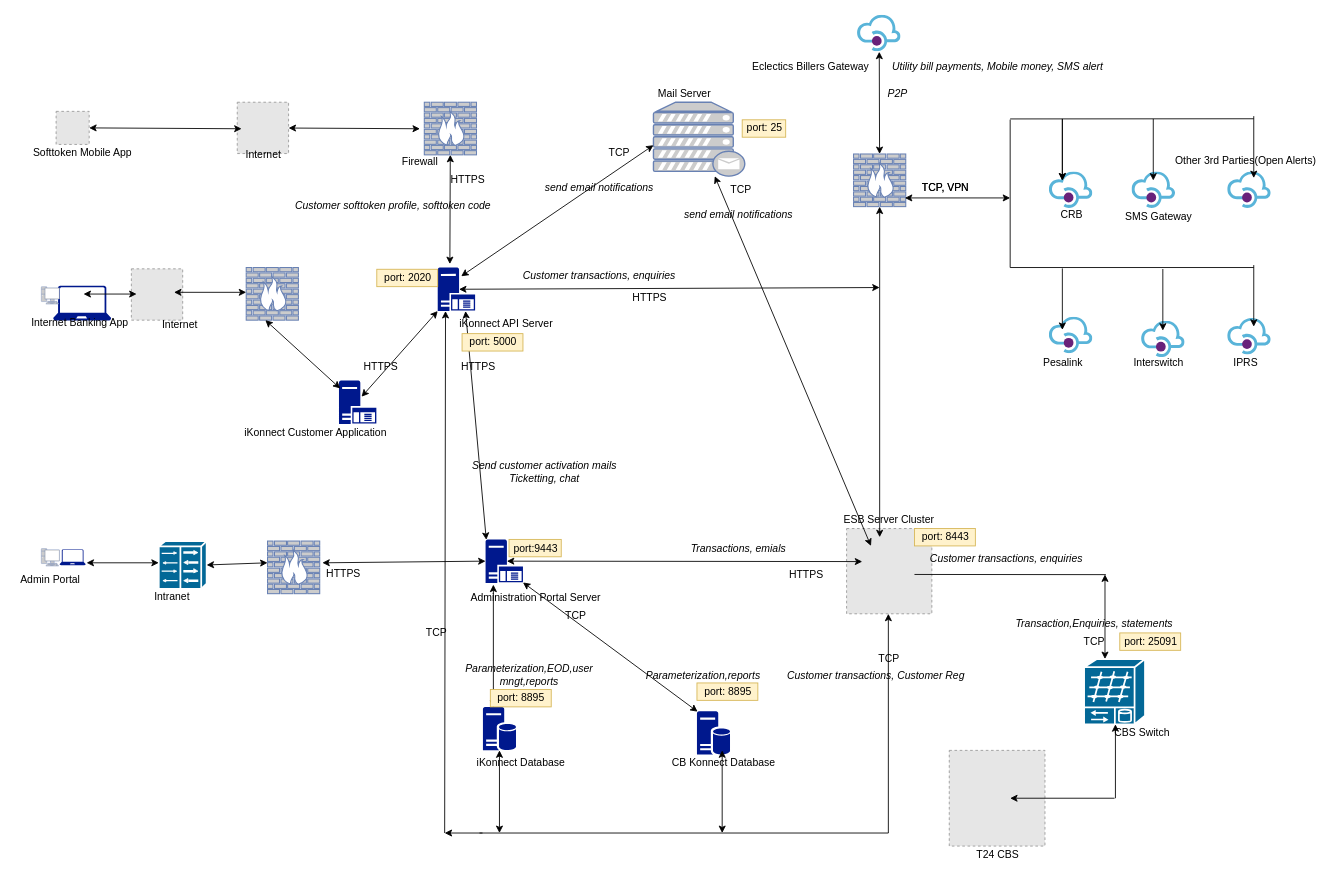
embula/org-mydiagrams keeps this draw.io diagram as iKonnect SAD.drawio. Above is the earlier version. Source tidied: cells renumbered, new cells numbered last; positions are measured from the earlier drawing's top-left corner, leaving out a move shared by most shapes. Both pictures are drawn from the tidied source at 87%, with x=0, y=0 at pixel (15, 15). Pictures stored in the file or linked from it are replaced by grey dashed boxes.
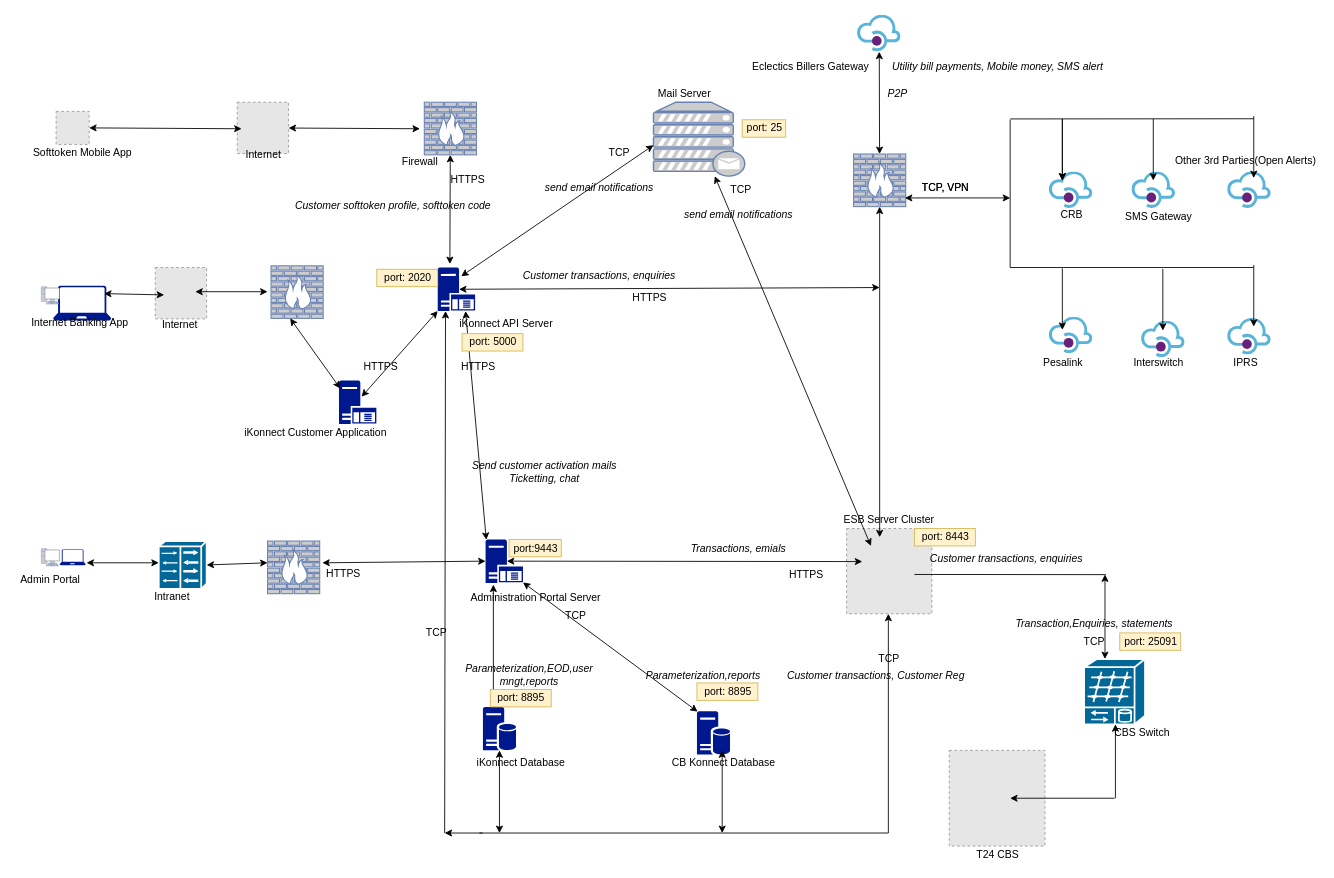
The same page after the edit.

The change refers to these unchanged cells:
```xml
<mxCell id="16" style="shadow=0;dashed=0;html=1;strokeColor=none;labelPosition=center;verticalLabelPosition=bottom;verticalAlign=top;align=center;fillColor=#00188D;shape=mxgraph.azure.laptop;" parent="1" vertex="1">
  <mxGeometry x="43.6" y="311" width="66.7" height="40" as="geometry" />
</mxCell>
```

What changed in the source:
```diff
@@
     <mxCell id="17" style="fillColor=#E6E6E6;strokeColor=#999999;dashed=1;html=1;verticalAlign=top;verticalLabelPosition=bottom;labelBackgroundColor=#ffffff;" parent="1" vertex="1">
-      <mxGeometry x="133.5" y="291.5" width="59" height="59" as="geometry" />
+      <mxGeometry x="161" y="290" width="59" height="59" as="geometry" />
     </mxCell>
@@
     <mxCell id="19" style="fontColor=#0066CC;verticalAlign=top;verticalLabelPosition=bottom;labelPosition=center;align=center;html=1;outlineConnect=0;fillColor=#CCCCCC;strokeColor=#6881B3;gradientColor=none;gradientDirection=north;strokeWidth=2;shape=mxgraph.networks.firewall;" parent="1" vertex="1">
-      <mxGeometry x="265.5" y="290" width="60" height="60.5" as="geometry" />
+      <mxGeometry x="294" y="288" width="60" height="60.5" as="geometry" />
     </mxCell>
@@
     <mxCell id="36" style="endArrow=classic;startArrow=classic;html=1;exitX=0.712;exitY=0.373;exitDx=0;exitDy=0;exitPerimeter=0;" parent="1" edge="1">
       <mxGeometry relative="1" as="geometry">
-        <mxPoint x="182.5" y="318.5" as="sourcePoint" />
-        <mxPoint x="265.5" y="318.5" as="targetPoint" />
+        <mxPoint x="207" y="317.8" as="sourcePoint" />
+        <mxPoint x="290" y="317.8" as="targetPoint" />
       </mxGeometry>
     </mxCell>
@@
-    <mxCell id="39" style="endArrow=classic;startArrow=classic;html=1;" parent="1" edge="1">
+    <mxCell id="39" style="endArrow=classic;startArrow=classic;html=1;exitX=0.877;exitY=0.225;exitDx=0;exitDy=0;exitPerimeter=0;" parent="1" edge="1" source="16">
       <mxGeometry relative="1" as="geometry">
-        <mxPoint x="78.5" y="320.5" as="sourcePoint" />
-        <mxPoint x="139.5" y="320.5" as="targetPoint" />
+        <mxPoint x="171.2" y="321.5" as="targetPoint" />
       </mxGeometry>
     </mxCell>
```
